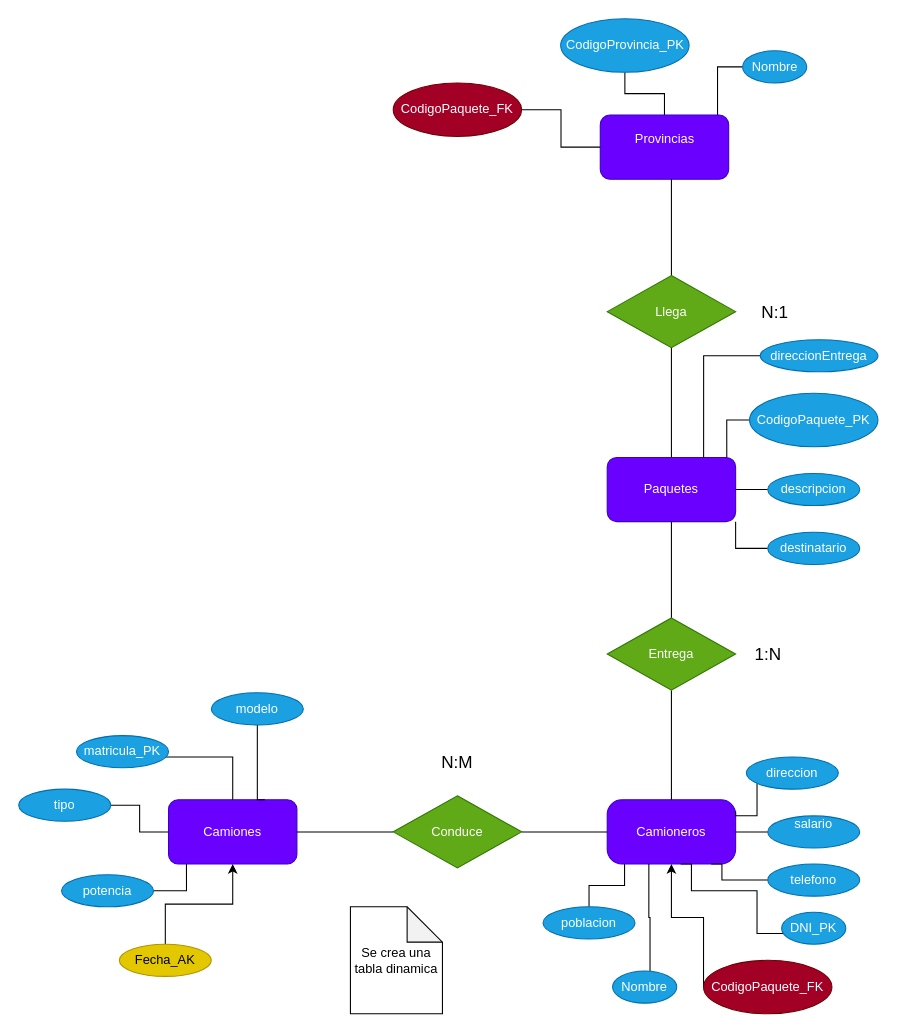
Before: BASE DE DATOS/Ejercicios/Ejercicio2_Camiones.drawio in Diego12Avila/DAW-Prometeo, a draw.io diagram. Source tidied: cells renumbered, new cells numbered last; positions are measured from the earlier drawing's top-left corner, leaving out a move shared by most shapes. Both pictures are drawn from the tidied source at 107%, with x=0, y=0 at pixel (18, 18).
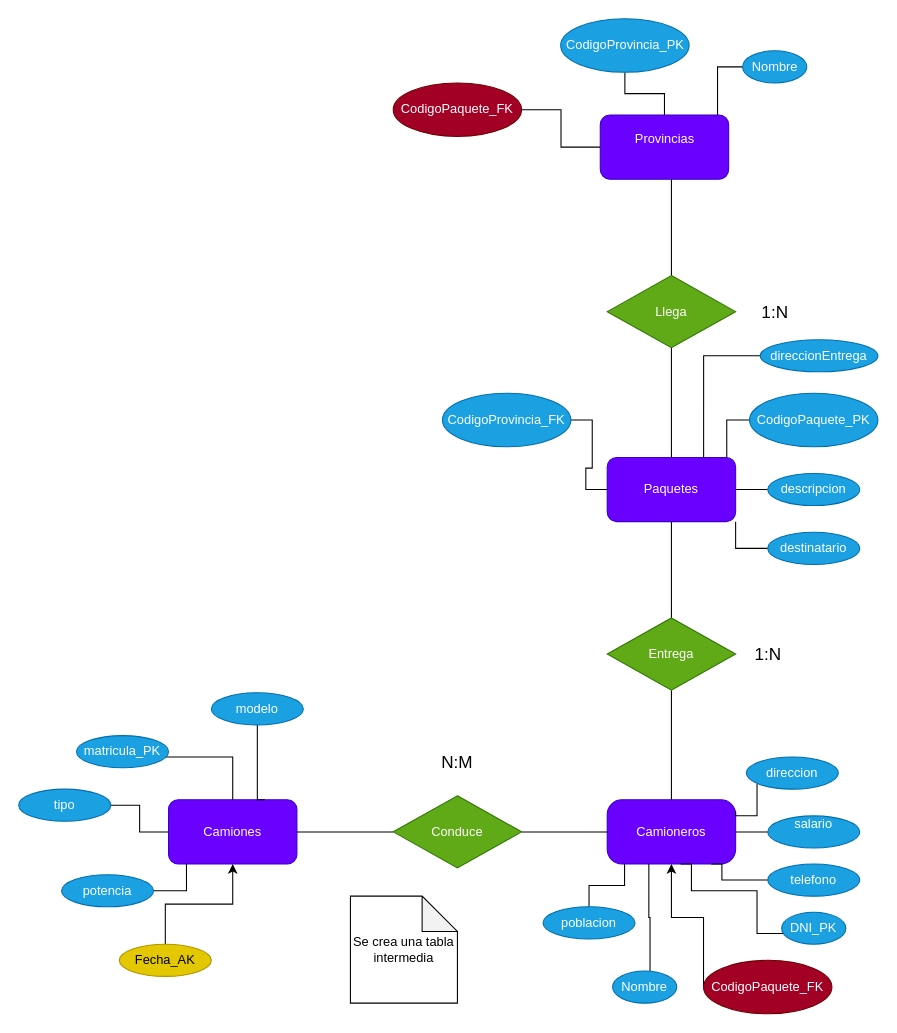
The same diagram, later.

Unchanged cells that the change refers to:
```xml
<mxCell id="8" value="Paquetes" style="rounded=1;whiteSpace=wrap;html=1;roundedPerimeter=1;fillColor=#6a00ff;fontColor=#ffffff;strokeColor=#3700CC;" parent="1" vertex="1">
  <mxGeometry x="550" y="410" width="120" height="60" as="geometry" />
</mxCell>
```

Diff of the diagram source:
```diff
@@
-    <mxCell id="39" value="&lt;font style=&quot;font-size: 16px;&quot;&gt;N:1&lt;/font&gt;" style="text;html=1;whiteSpace=wrap;strokeColor=none;fillColor=none;align=center;verticalAlign=middle;rounded=0;" parent="1" vertex="1">
+    <mxCell id="39" value="&lt;font style=&quot;font-size: 16px;&quot;&gt;1:N&lt;/font&gt;" style="text;html=1;whiteSpace=wrap;strokeColor=none;fillColor=none;align=center;verticalAlign=middle;rounded=0;" parent="1" vertex="1">
       <mxGeometry x="676.5" y="258.8" width="60" height="30" as="geometry" />
     </mxCell>
@@
-    <mxCell id="55" value="Se crea una tabla dinamica" style="shape=note;whiteSpace=wrap;html=1;backgroundOutline=1;darkOpacity=0.05;size=33;" parent="1" vertex="1">
-      <mxGeometry x="310" y="830" width="86" height="100" as="geometry" />
+    <mxCell id="55" value="Se crea una tabla intermedia" style="shape=note;whiteSpace=wrap;html=1;backgroundOutline=1;darkOpacity=0.05;size=33;" parent="1" vertex="1">
+      <mxGeometry x="310" y="820" width="100" height="100" as="geometry" />
     </mxCell>
+    <mxCell id="56" style="edgeStyle=orthogonalEdgeStyle;rounded=0;jettySize=auto;html=1;entryX=0;entryY=0.5;entryDx=0;entryDy=0;defaultLabelBackgroundColor=page;endArrow=none;endFill=0;" parent="1" edge="1" source="57" target="8">
+      <mxGeometry x="0.01" relative="1" as="geometry" />
+    </mxCell>
+    <mxCell id="57" value="CodigoProvincia_FK" style="ellipse;whiteSpace=wrap;html=1;shapeInside=1;fillColor=#1ba1e2;fontColor=#ffffff;strokeColor=#006EAF;" parent="1" vertex="1">
+      <mxGeometry x="396" y="350" width="120" height="50" as="geometry" />
+    </mxCell>
```
